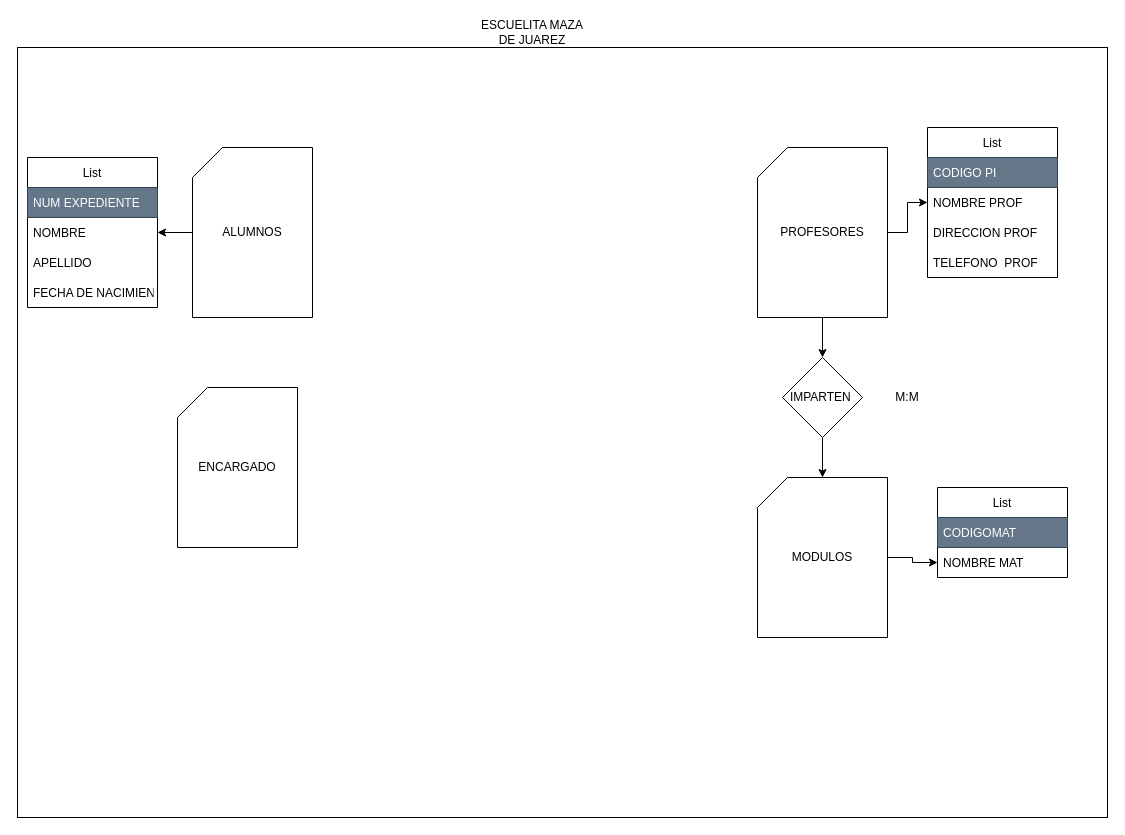
This is Untitled Diagram.drawio from ROJASNABOR/Base_de_Datos, a draw.io file, before an edit. Source tidied: cells renumbered, new cells numbered last; positions are measured from the earlier drawing's top-left corner, leaving out a move shared by most shapes. Both pictures are drawn from the tidied source at 100%, with x=0, y=0 at pixel (17, 17).
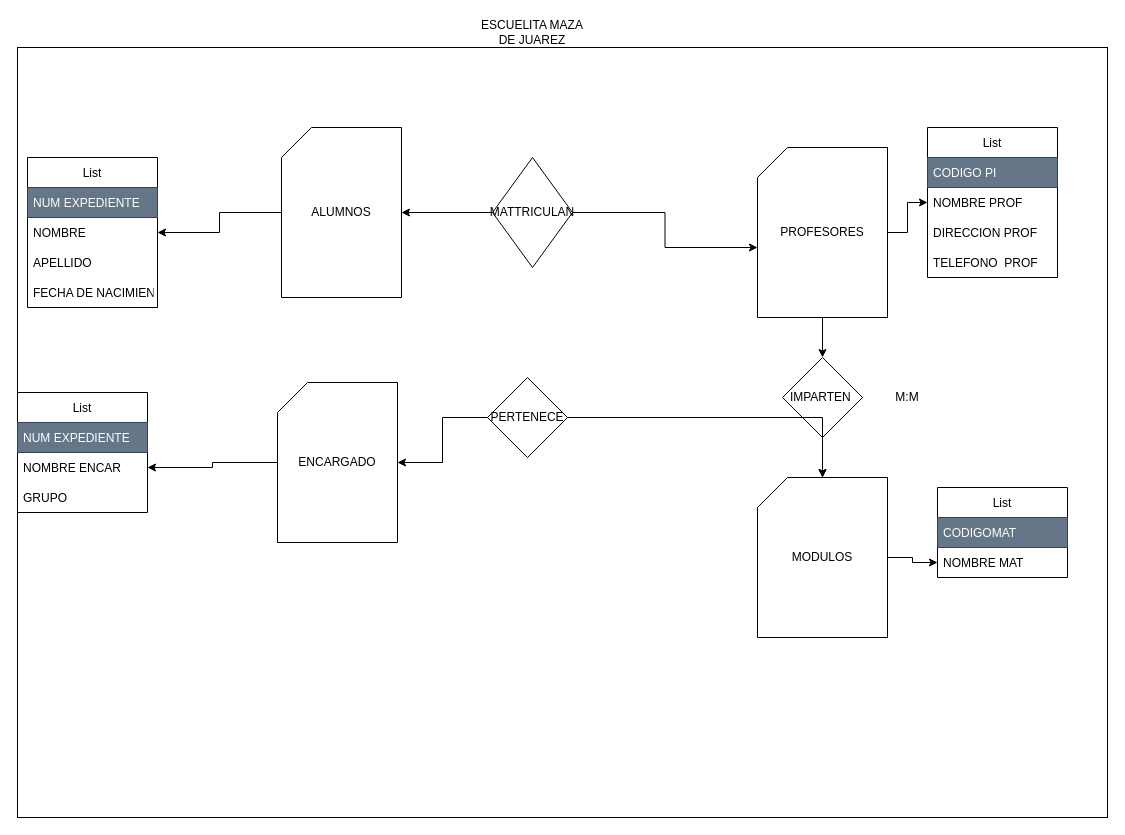
After the change.

The change refers to these unchanged cells:
```xml
<mxCell id="7" value="PROFESORES" style="shape=card;whiteSpace=wrap;html=1;" parent="1" vertex="1">
  <mxGeometry x="740" y="130" width="130" height="170" as="geometry" />
</mxCell>
<mxCell id="23" value="MODULOS" style="shape=card;whiteSpace=wrap;html=1;" parent="1" vertex="1">
  <mxGeometry x="740" y="460" width="130" height="160" as="geometry" />
</mxCell>
```

Change to the diagram source:
```diff
@@
+    <mxCell id="28" style="edgeStyle=orthogonalEdgeStyle;rounded=0;jettySize=auto;html=1;entryX=1;entryY=0.5;entryDx=0;entryDy=0;" parent="1" edge="1" source="4" target="31">
+      <mxGeometry relative="1" as="geometry" />
+    </mxCell>
     <mxCell id="4" value="ENCARGADO" style="shape=card;whiteSpace=wrap;html=1;" parent="1" vertex="1">
-      <mxGeometry x="160" y="370" width="120" height="160" as="geometry" />
+      <mxGeometry x="260" y="365" width="120" height="160" as="geometry" />
     </mxCell>
@@
     <mxCell id="9" value="ALUMNOS" style="shape=card;whiteSpace=wrap;html=1;" parent="1" vertex="1">
-      <mxGeometry x="175" y="130" width="120" height="170" as="geometry" />
+      <mxGeometry x="264" y="110" width="120" height="170" as="geometry" />
     </mxCell>
@@
+    <mxCell id="29" value="List" style="swimlane;fontStyle=0;horizontal=1;startSize=30;" parent="1" vertex="1">
+      <mxGeometry y="375" width="130" height="120" as="geometry" />
+    </mxCell>
+    <mxCell id="30" value="NUM EXPEDIENTE" style="text;strokeColor=#314354;fillColor=#647687;align=left;verticalAlign=middle;spacingLeft=4;spacingRight=4;overflow=hidden;fontColor=#ffffff;" parent="29" vertex="1">
+      <mxGeometry y="30" width="130" height="30" as="geometry" />
+    </mxCell>
+    <mxCell id="31" value="NOMBRE ENCAR" style="text;strokeColor=none;fillColor=none;align=left;verticalAlign=middle;spacingLeft=4;spacingRight=4;overflow=hidden;points=[[0,0.5],[1,0.5]];portConstraint=eastwest;" parent="29" vertex="1">
+      <mxGeometry y="60" width="130" height="30" as="geometry" />
+    </mxCell>
+    <mxCell id="32" value="GRUPO" style="text;strokeColor=none;fillColor=none;align=left;verticalAlign=middle;spacingLeft=4;spacingRight=4;overflow=hidden;" parent="29" vertex="1">
+      <mxGeometry y="90" width="130" height="30" as="geometry" />
+    </mxCell>
+    <mxCell id="33" style="edgeStyle=orthogonalEdgeStyle;rounded=0;jettySize=auto;html=1;entryX=0;entryY=0;entryDx=0;entryDy=100;entryPerimeter=0;" parent="1" edge="1" source="35" target="7">
+      <mxGeometry relative="1" as="geometry" />
+    </mxCell>
+    <mxCell id="34" style="edgeStyle=orthogonalEdgeStyle;rounded=0;jettySize=auto;html=1;" parent="1" edge="1" source="35" target="9">
+      <mxGeometry relative="1" as="geometry" />
+    </mxCell>
+    <mxCell id="35" value="MATTRICULAN" style="rhombus;whiteSpace=wrap;html=1;glass=0;strokeColor=#000000;" parent="1" vertex="1">
+      <mxGeometry x="475" y="140" width="80" height="110" as="geometry" />
+    </mxCell>
+    <mxCell id="36" style="edgeStyle=orthogonalEdgeStyle;rounded=0;jettySize=auto;html=1;" parent="1" edge="1" source="38" target="4">
+      <mxGeometry relative="1" as="geometry" />
+    </mxCell>
+    <mxCell id="37" style="edgeStyle=orthogonalEdgeStyle;rounded=0;jettySize=auto;html=1;" parent="1" edge="1" source="38" target="23">
+      <mxGeometry relative="1" as="geometry" />
+    </mxCell>
+    <mxCell id="38" value="PERTENECE" style="rhombus;whiteSpace=wrap;html=1;glass=0;strokeColor=#000000;" parent="1" vertex="1">
+      <mxGeometry x="470" y="360" width="80" height="80" as="geometry" />
+    </mxCell>
```
